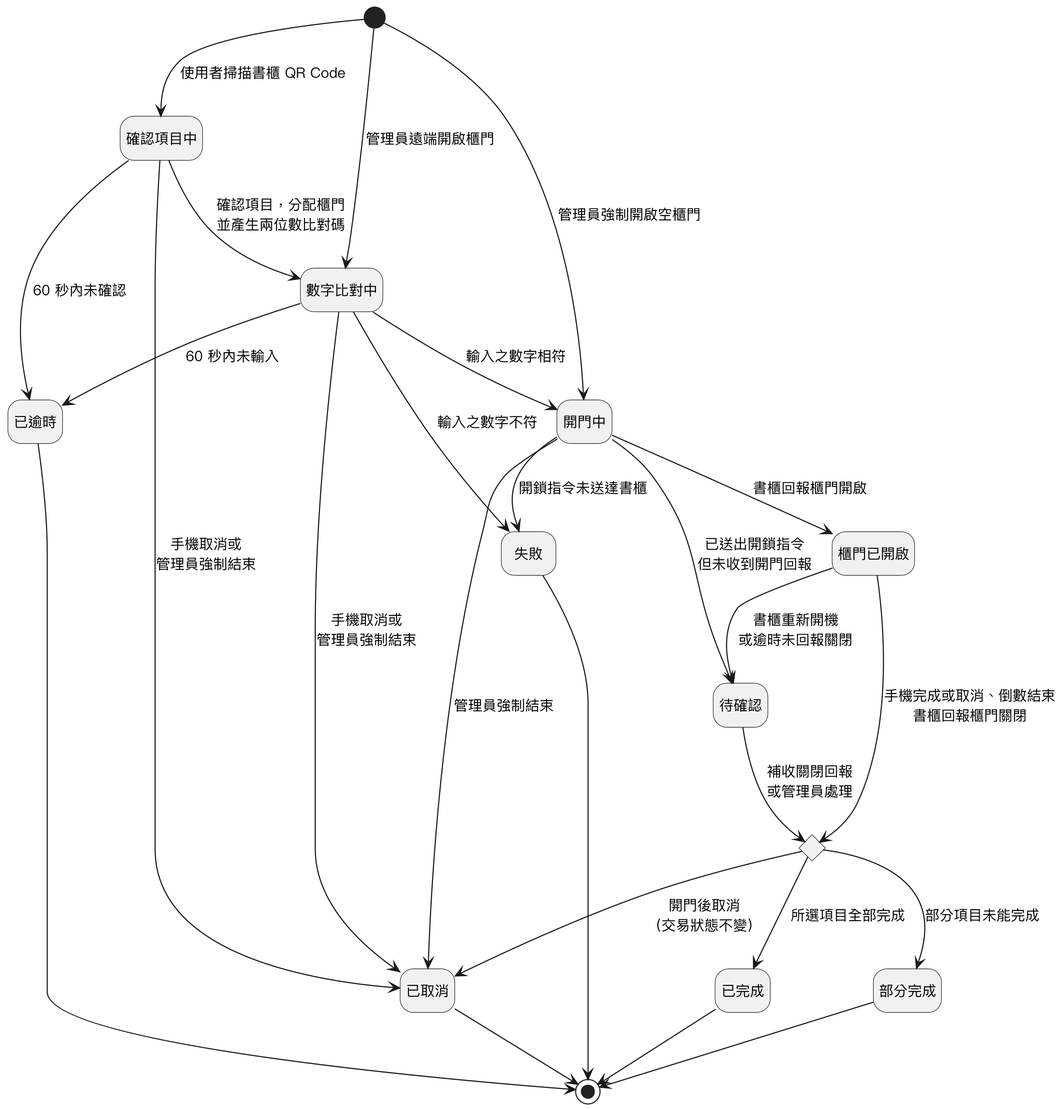
This is Diagrams/State Machine/v3/state_cabinet_sessions.png from SaveMyBook/SaveMyBook, a PlantUML export, as it was before one commit.
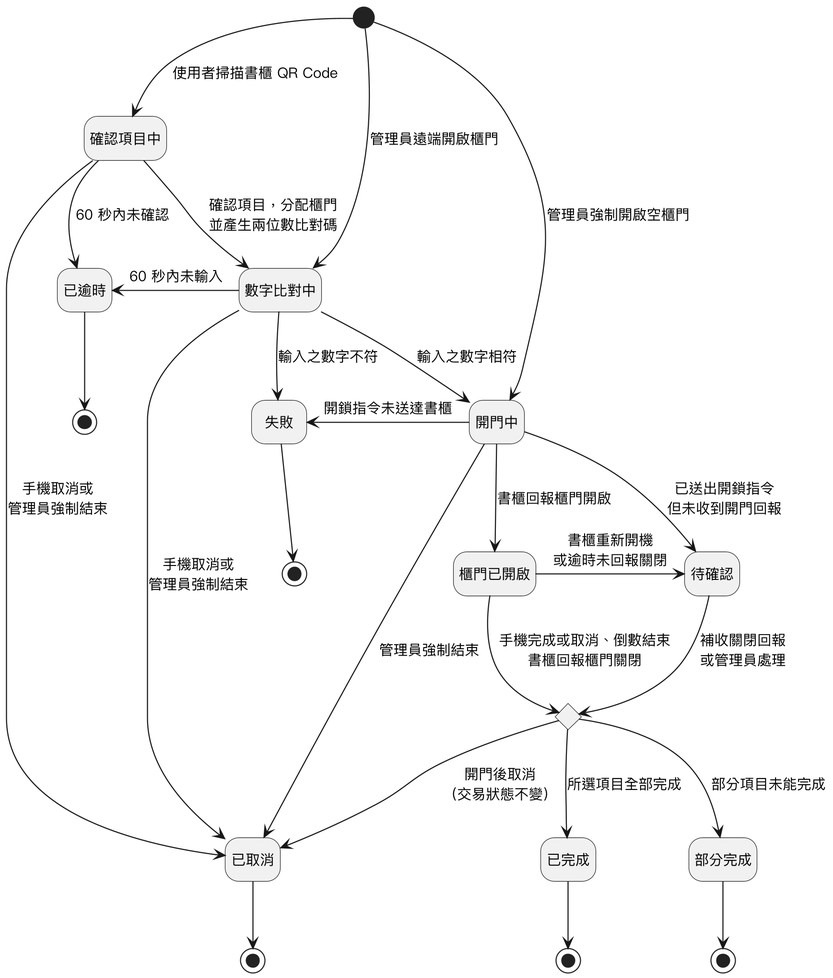
After the commit.

Change to the diagram source:
```diff
@@ -5,42 +5,48 @@
 skinparam defaultFontName "PingFang TC"
 skinparam defaultFontSize 13
 hide empty description
+skinparam nodesep 30
 
 state 確認項目中
 state 數字比對中
+state 已逾時
+state 部分完成
+state 失敗
+state 待確認
+state 提交 <<choice>>
+state 櫃門已開啟
+state 已取消
+state 已完成
 state 開門中
-state 櫃門已開啟
-state 提交 <<choice>>
-state 已完成
-state 部分完成
-state 已取消
-state 失敗
-state 已逾時
-state 待確認
+state 完成終點 <<end>>
+state 部分完成終點 <<end>>
+state 取消終點 <<end>>
+state 失敗終點 <<end>>
+state 逾時終點 <<end>>
 
 [*] --> 確認項目中 : 使用者掃描書櫃 QR Code
 [*] --> 數字比對中 : 管理員遠端開啟櫃門
 [*] --> 開門中 : 管理員強制開啟空櫃門
 確認項目中 --> 數字比對中 : 確認項目，分配櫃門\n並產生兩位數比對碼
+確認項目中 --> 已逾時 : 60 秒內未確認
 確認項目中 --> 已取消 : 手機取消或\n管理員強制結束
-確認項目中 --> 已逾時 : 60 秒內未確認
 數字比對中 --> 開門中 : 輸入之數字相符
 數字比對中 --> 失敗 : 輸入之數字不符
-數字比對中 --> 已逾時 : 60 秒內未輸入
+數字比對中 -left-> 已逾時 : 60 秒內未輸入
 數字比對中 --> 已取消 : 手機取消或\n管理員強制結束
 開門中 --> 櫃門已開啟 : 書櫃回報櫃門開啟
-開門中 --> 失敗 : 開鎖指令未送達書櫃
+開門中 --> 待確認 : 已送出開鎖指令\n但未收到開門回報
+開門中 -left-> 失敗 : 開鎖指令未送達書櫃
 開門中 --> 已取消 : 管理員強制結束
-開門中 --> 待確認 : 已送出開鎖指令\n但未收到開門回報
 櫃門已開啟 --> 提交 : 手機完成或取消、倒數結束\n書櫃回報櫃門關閉
-櫃門已開啟 --> 待確認 : 書櫃重新開機\n或逾時未回報關閉
+櫃門已開啟 -right-> 待確認 : 書櫃重新開機\n或逾時未回報關閉
 待確認 --> 提交 : 補收關閉回報\n或管理員處理
 提交 --> 已完成 : 所選項目全部完成
 提交 --> 部分完成 : 部分項目未能完成
 提交 --> 已取消 : 開門後取消\n（交易狀態不變）
-已完成 --> [*]
-部分完成 --> [*]
-已取消 --> [*]
-失敗 --> [*]
-已逾時 --> [*]
+已完成 --> 完成終點
+部分完成 --> 部分完成終點
+已取消 --> 取消終點
+失敗 --> 失敗終點
+已逾時 --> 逾時終點
 @enduml
```
